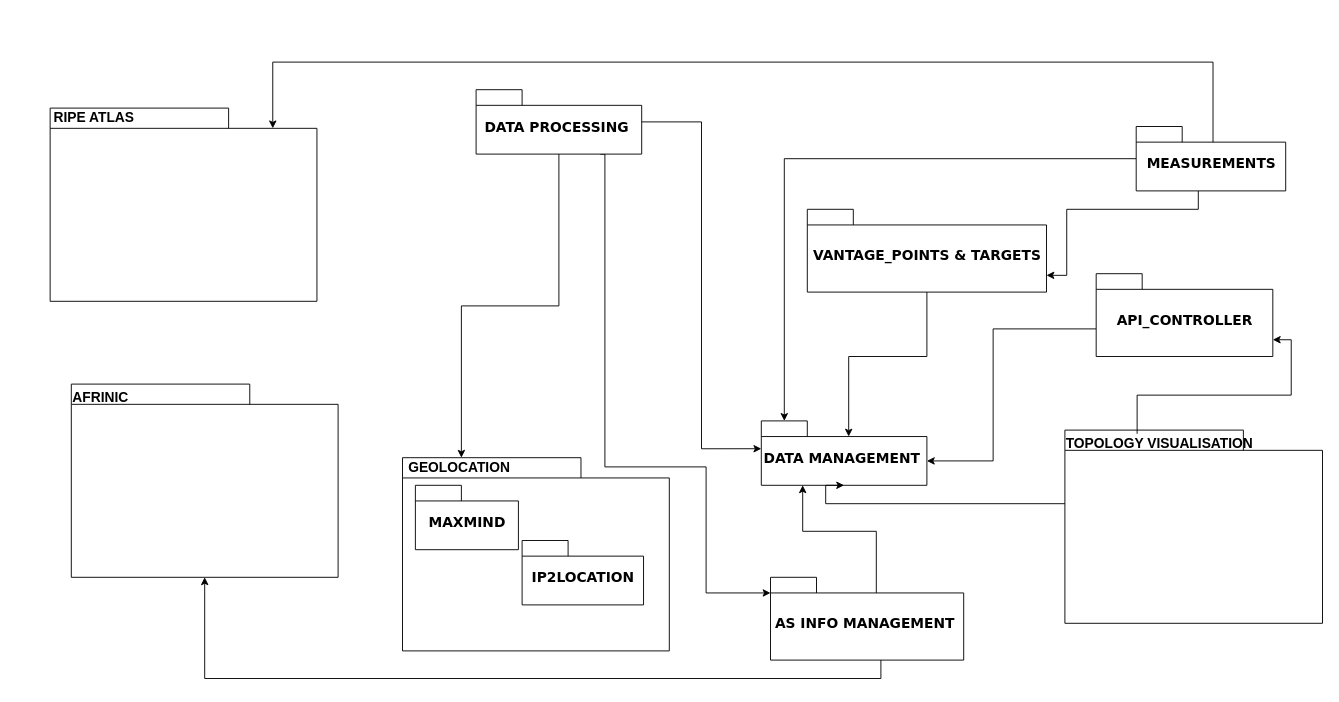
The draw.io diagram PackageMAIT.drawio in EliasSih/MAIT-, before the edit. Source tidied: cells renumbered, new cells numbered last; positions are measured from the earlier drawing's top-left corner, leaving out a move shared by most shapes. Both pictures are drawn from the tidied source at 92%, with x=0, y=0 at pixel (16, 62).
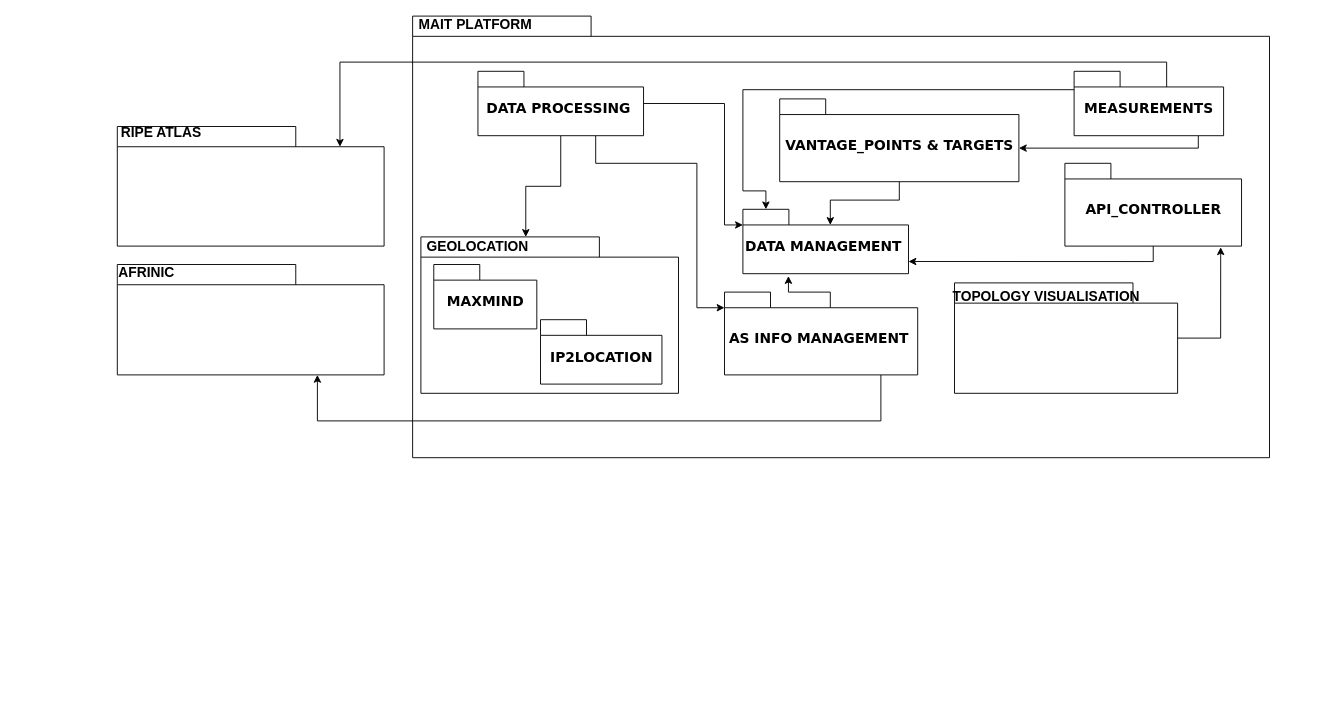
Above is the later version.

What changed in the source:
```diff
@@
     <mxCell id="2" value="DATA MANAGEMENT&amp;nbsp;" style="shape=folder;fontStyle=1;spacingTop=10;tabWidth=50;tabHeight=17;tabPosition=left;html=1;rounded=0;shadow=0;comic=0;labelBackgroundColor=none;strokeWidth=1;fontFamily=Verdana;fontSize=15;align=center;" parent="1" vertex="1">
-      <mxGeometry x="810" y="390" width="180" height="70" as="geometry" />
+      <mxGeometry x="790" y="160" width="180" height="70" as="geometry" />
     </mxCell>
-    <mxCell id="3" style="edgeStyle=orthogonalEdgeStyle;rounded=0;jettySize=auto;html=1;entryX=0.25;entryY=1;entryDx=0;entryDy=0;entryPerimeter=0;exitX=0;exitY=0;exitDx=115;exitDy=17;exitPerimeter=0;fontSize=15;" parent="1" edge="1" source="5" target="2">
-      <mxGeometry relative="1" as="geometry" />
+    <mxCell id="3" style="edgeStyle=orthogonalEdgeStyle;rounded=0;jettySize=auto;html=1;exitX=0;exitY=0;exitDx=115;exitDy=17;exitPerimeter=0;fontSize=15;entryX=0.275;entryY=1.036;entryDx=0;entryDy=0;entryPerimeter=0;" parent="1" edge="1" source="5" target="2">
+      <mxGeometry relative="1" as="geometry">
+        <Array as="points">
+          <mxPoint x="885" y="250" />
+          <mxPoint x="840" y="250" />
+          <mxPoint x="840" y="233" />
+        </Array>
+      </mxGeometry>
     </mxCell>
-    <mxCell id="4" style="edgeStyle=orthogonalEdgeStyle;rounded=0;jettySize=auto;html=1;entryX=0.5;entryY=1;entryDx=0;entryDy=0;entryPerimeter=0;fontSize=15;" parent="1" edge="1" source="5" target="12">
+    <mxCell id="4" style="edgeStyle=orthogonalEdgeStyle;rounded=0;jettySize=auto;html=1;fontSize=15;entryX=0.75;entryY=1;entryDx=0;entryDy=0;entryPerimeter=0;" parent="1" edge="1" source="5" target="12">
       <mxGeometry relative="1" as="geometry">
         <Array as="points">
-          <mxPoint x="940" y="670" />
-          <mxPoint x="205" y="670" />
+          <mxPoint x="940" y="390" />
+          <mxPoint x="327" y="390" />
         </Array>
       </mxGeometry>
     </mxCell>
     <mxCell id="5" value="AS INFO MANAGEMENT&amp;nbsp;" style="shape=folder;fontStyle=1;spacingTop=10;tabWidth=50;tabHeight=17;tabPosition=left;html=1;rounded=0;shadow=0;comic=0;labelBackgroundColor=none;strokeWidth=1;fontFamily=Verdana;fontSize=15;align=center;" parent="1" vertex="1">
-      <mxGeometry x="820" y="560" width="210" height="90" as="geometry" />
+      <mxGeometry x="770" y="250" width="210" height="90" as="geometry" />
     </mxCell>
+    <mxCell id="8" style="edgeStyle=orthogonalEdgeStyle;rounded=0;jettySize=auto;html=1;entryX=0;entryY=0;entryDx=0;entryDy=17;entryPerimeter=0;fontSize=15;" parent="1" edge="1" source="9" target="2">
+      <mxGeometry relative="1" as="geometry">
+        <Array as="points">
+          <mxPoint x="770" y="45" />
+          <mxPoint x="770" y="177" />
+        </Array>
+      </mxGeometry>
+    </mxCell>
-    <mxCell id="6" style="edgeStyle=orthogonalEdgeStyle;rounded=0;jettySize=auto;html=1;entryX=0.5;entryY=0;entryDx=0;entryDy=0;fontSize=15;" parent="1" edge="1" source="9" target="24">
+    <mxCell id="6" style="edgeStyle=orthogonalEdgeStyle;rounded=0;jettySize=auto;html=1;entryX=1;entryY=0;entryDx=0;entryDy=0;" parent="1" edge="1" source="9" target="24">
       <mxGeometry relative="1" as="geometry" />
     </mxCell>
-    <mxCell id="7" style="edgeStyle=orthogonalEdgeStyle;rounded=0;jettySize=auto;html=1;entryX=0;entryY=0;entryDx=0;entryDy=17;entryPerimeter=0;exitX=0.75;exitY=1;exitDx=0;exitDy=0;exitPerimeter=0;fontSize=15;" parent="1" edge="1" source="9" target="5">
+    <mxCell id="7" style="edgeStyle=orthogonalEdgeStyle;rounded=0;jettySize=auto;html=1;entryX=0;entryY=0;entryDx=0;entryDy=17;entryPerimeter=0;" parent="1" edge="1" source="9" target="5">
       <mxGeometry relative="1" as="geometry">
         <Array as="points">
-          <mxPoint x="640" y="440" />
-          <mxPoint x="750" y="440" />
-          <mxPoint x="750" y="577" />
+          <mxPoint x="630" y="110" />
+          <mxPoint x="740" y="110" />
+          <mxPoint x="740" y="267" />
         </Array>
       </mxGeometry>
     </mxCell>
-    <mxCell id="8" style="edgeStyle=orthogonalEdgeStyle;rounded=0;jettySize=auto;html=1;entryX=0;entryY=0;entryDx=0;entryDy=30.25;entryPerimeter=0;fontSize=15;" parent="1" edge="1" source="9" target="2">
-      <mxGeometry relative="1" as="geometry" />
-    </mxCell>
     <mxCell id="9" value="DATA PROCESSING&amp;nbsp;" style="shape=folder;fontStyle=1;spacingTop=10;tabWidth=50;tabHeight=17;tabPosition=left;html=1;rounded=0;shadow=0;comic=0;labelBackgroundColor=none;strokeWidth=1;fontFamily=Verdana;fontSize=15;align=center;" parent="1" vertex="1">
-      <mxGeometry x="500" y="30" width="180" height="70" as="geometry" />
+      <mxGeometry x="502" y="10" width="180" height="70" as="geometry" />
     </mxCell>
@@
     <mxCell id="11" value="VANTAGE_POINTS &amp;amp; TARGETS" style="shape=folder;fontStyle=1;spacingTop=10;tabWidth=50;tabHeight=17;tabPosition=left;html=1;rounded=0;shadow=0;comic=0;labelBackgroundColor=none;strokeWidth=1;fontFamily=Verdana;fontSize=15;align=center;" parent="1" vertex="1">
-      <mxGeometry x="860" y="160" width="260" height="90" as="geometry" />
+      <mxGeometry x="830" y="40" width="260" height="90" as="geometry" />
     </mxCell>
-    <mxCell id="12" style="shape=folder;fontStyle=1;spacingTop=10;tabWidth=194;tabHeight=22;tabPosition=left;html=1;rounded=0;shadow=0;comic=0;labelBackgroundColor=none;strokeWidth=1;fillColor=none;fontFamily=Verdana;fontSize=15;align=center;" parent="1" vertex="1">
-      <mxGeometry x="60" y="350" width="290" height="210" as="geometry" />
-    </mxCell>
-    <mxCell id="13" value="AFRINIC" style="text;html=1;strokeColor=none;fillColor=none;align=center;verticalAlign=middle;whiteSpace=wrap;rounded=0;fontSize=15;fontStyle=1;" parent="1" vertex="1">
-      <mxGeometry y="354" width="184" height="20" as="geometry" />
-    </mxCell>
-    <mxCell id="14" style="shape=folder;fontStyle=1;spacingTop=10;tabWidth=194;tabHeight=22;tabPosition=left;html=1;rounded=0;shadow=0;comic=0;labelBackgroundColor=none;strokeWidth=1;fillColor=none;fontFamily=Verdana;fontSize=15;align=center;" parent="1" vertex="1">
-      <mxGeometry x="37" y="50" width="290" height="210" as="geometry" />
-    </mxCell>
-    <mxCell id="15" value="&lt;b&gt;RIPE ATLAS&amp;nbsp;&lt;/b&gt;" style="text;html=1;strokeColor=none;fillColor=none;align=center;verticalAlign=middle;whiteSpace=wrap;rounded=0;fontSize=15;" parent="1" vertex="1">
-      <mxGeometry x="37" y="50" width="100" height="20" as="geometry" />
-    </mxCell>
-    <mxCell id="16" style="edgeStyle=orthogonalEdgeStyle;rounded=0;jettySize=auto;html=1;entryX=0;entryY=0;entryDx=192.00000000000003;entryDy=71.75;entryPerimeter=0;exitX=0.391;exitY=0;exitDx=0;exitDy=0;exitPerimeter=0;fontSize=15;" parent="1" edge="1" source="19" target="21">
-      <mxGeometry relative="1" as="geometry" />
-    </mxCell>
-    <mxCell id="17" style="edgeStyle=orthogonalEdgeStyle;rounded=0;jettySize=auto;html=1;entryX=0.5;entryY=1;entryDx=0;entryDy=0;entryPerimeter=0;fontSize=15;" parent="1" edge="1" source="18" target="2">
-      <mxGeometry relative="1" as="geometry">
-        <Array as="points">
-          <mxPoint x="880" y="480" />
-        </Array>
-      </mxGeometry>
-    </mxCell>
-    <mxCell id="18" style="shape=folder;fontStyle=1;spacingTop=10;tabWidth=194;tabHeight=22;tabPosition=left;html=1;rounded=0;shadow=0;comic=0;labelBackgroundColor=none;strokeWidth=1;fillColor=none;fontFamily=Verdana;fontSize=15;align=center;" parent="1" vertex="1">
-      <mxGeometry x="1140" y="400" width="280" height="210" as="geometry" />
-    </mxCell>
-    <mxCell id="19" value="TOPOLOGY VISUALISATION" style="text;html=1;strokeColor=none;fillColor=none;align=center;verticalAlign=middle;whiteSpace=wrap;rounded=0;fontSize=15;fontStyle=1;" parent="1" vertex="1">
-      <mxGeometry x="1132.5" y="404" width="220" height="20" as="geometry" />
-    </mxCell>
-    <mxCell id="20" style="edgeStyle=orthogonalEdgeStyle;rounded=0;jettySize=auto;html=1;fontSize=15;entryX=0;entryY=0;entryDx=180;entryDy=43.5;entryPerimeter=0;" parent="1" edge="1" source="21" target="2">
+    <mxCell id="20" style="edgeStyle=orthogonalEdgeStyle;rounded=0;jettySize=auto;html=1;fontSize=15;entryX=0;entryY=0;entryDx=180;entryDy=56.75;entryPerimeter=0;" parent="1" edge="1" source="21" target="2">
       <mxGeometry relative="1" as="geometry">
         <Array as="points">
-          <mxPoint x="1062" y="290" />
-          <mxPoint x="1062" y="434" />
+          <mxPoint x="1236" y="217" />
         </Array>
       </mxGeometry>
     </mxCell>
     <mxCell id="21" value="API_CONTROLLER" style="shape=folder;fontStyle=1;spacingTop=10;tabWidth=50;tabHeight=17;tabPosition=left;html=1;rounded=0;shadow=0;comic=0;labelBackgroundColor=none;strokeWidth=1;fontFamily=Verdana;fontSize=15;align=center;" parent="1" vertex="1">
-      <mxGeometry x="1174" y="230" width="192" height="90" as="geometry" />
+      <mxGeometry x="1140" y="110" width="192" height="90" as="geometry" />
     </mxCell>
+    <mxCell id="26" style="edgeStyle=orthogonalEdgeStyle;rounded=0;jettySize=auto;html=1;entryX=0;entryY=0;entryDx=242;entryDy=22;entryPerimeter=0;exitX=0.619;exitY=0.271;exitDx=0;exitDy=0;exitPerimeter=0;fontSize=15;" parent="1" edge="1" source="29" target="14">
+      <mxGeometry relative="1" as="geometry">
+        <Array as="points">
+          <mxPoint x="1251" />
+          <mxPoint x="352" />
+        </Array>
+      </mxGeometry>
+    </mxCell>
+    <mxCell id="27" style="edgeStyle=orthogonalEdgeStyle;rounded=0;jettySize=auto;html=1;entryX=0;entryY=0;entryDx=25;entryDy=0;entryPerimeter=0;fontSize=15;" parent="1" edge="1" source="29" target="2">
+      <mxGeometry relative="1" as="geometry">
+        <Array as="points">
+          <mxPoint x="790" y="30" />
+          <mxPoint x="790" y="140" />
+          <mxPoint x="815" y="140" />
+        </Array>
+      </mxGeometry>
+    </mxCell>
+    <mxCell id="28" style="edgeStyle=orthogonalEdgeStyle;rounded=0;jettySize=auto;html=1;fontSize=15;entryX=0;entryY=0;entryDx=260;entryDy=53.5;entryPerimeter=0;" parent="1" edge="1" source="29" target="11">
+      <mxGeometry relative="1" as="geometry">
+        <Array as="points">
+          <mxPoint x="1285" y="94" />
+        </Array>
+      </mxGeometry>
+    </mxCell>
+    <mxCell id="29" value="MEASUREMENTS" style="shape=folder;fontStyle=1;spacingTop=10;tabWidth=50;tabHeight=17;tabPosition=left;html=1;rounded=0;shadow=0;comic=0;labelBackgroundColor=none;strokeWidth=1;fontFamily=Verdana;fontSize=15;align=center;" parent="1" vertex="1">
+      <mxGeometry x="1150" y="10" width="162.5" height="70" as="geometry" />
+    </mxCell>
+    <mxCell id="31" style="group;" parent="1" vertex="1">
+      <mxGeometry x="430" y="190" width="290" height="210" as="geometry" />
+    </mxCell>
+    <mxCell id="32" style="group;" parent="31" vertex="1">
+      <mxGeometry x="10" width="280" height="170" as="geometry" />
+    </mxCell>
-    <mxCell id="22" style="shape=folder;fontStyle=1;spacingTop=10;tabWidth=194;tabHeight=22;tabPosition=left;html=1;rounded=0;shadow=0;comic=0;labelBackgroundColor=none;strokeWidth=1;fillColor=none;fontFamily=Verdana;fontSize=15;align=center;" parent="1" vertex="1">
-      <mxGeometry x="420" y="430" width="290" height="210" as="geometry" />
+    <mxCell id="22" style="shape=folder;fontStyle=1;spacingTop=10;tabWidth=194;tabHeight=22;tabPosition=left;html=1;rounded=0;shadow=0;comic=0;labelBackgroundColor=none;strokeWidth=1;fillColor=none;fontFamily=Verdana;fontSize=15;align=center;" parent="32" vertex="1">
+      <mxGeometry width="280" height="170" as="geometry" />
     </mxCell>
-    <mxCell id="23" value="MAXMIND" style="shape=folder;fontStyle=1;spacingTop=10;tabWidth=50;tabHeight=17;tabPosition=left;html=1;rounded=0;shadow=0;comic=0;labelBackgroundColor=none;strokeWidth=1;fontFamily=Verdana;fontSize=15;align=center;" parent="1" vertex="1">
-      <mxGeometry x="434" y="460" width="112" height="70" as="geometry" />
+    <mxCell id="23" value="MAXMIND" style="shape=folder;fontStyle=1;spacingTop=10;tabWidth=50;tabHeight=17;tabPosition=left;html=1;rounded=0;shadow=0;comic=0;labelBackgroundColor=none;strokeWidth=1;fontFamily=Verdana;fontSize=15;align=center;" parent="32" vertex="1">
+      <mxGeometry x="14" y="30" width="112" height="70" as="geometry" />
     </mxCell>
-    <mxCell id="24" value="GEOLOCATION&amp;nbsp;" style="text;html=1;strokeColor=none;fillColor=none;align=center;verticalAlign=middle;whiteSpace=wrap;rounded=0;fontSize=15;fontStyle=1;" parent="1" vertex="1">
-      <mxGeometry x="434" y="430" width="100" height="20" as="geometry" />
+    <mxCell id="24" value="GEOLOCATION&amp;nbsp;" style="text;html=1;strokeColor=none;fillColor=none;align=center;verticalAlign=middle;whiteSpace=wrap;rounded=0;fontSize=15;fontStyle=1;" parent="32" vertex="1">
+      <mxGeometry x="14" width="100" height="20" as="geometry" />
     </mxCell>
-    <mxCell id="25" value="IP2LOCATION" style="shape=folder;fontStyle=1;spacingTop=10;tabWidth=50;tabHeight=17;tabPosition=left;html=1;rounded=0;shadow=0;comic=0;labelBackgroundColor=none;strokeWidth=1;fontFamily=Verdana;fontSize=15;align=center;" parent="1" vertex="1">
-      <mxGeometry x="550" y="520" width="132" height="70" as="geometry" />
+    <mxCell id="25" value="IP2LOCATION" style="shape=folder;fontStyle=1;spacingTop=10;tabWidth=50;tabHeight=17;tabPosition=left;html=1;rounded=0;shadow=0;comic=0;labelBackgroundColor=none;strokeWidth=1;fontFamily=Verdana;fontSize=15;align=center;" parent="32" vertex="1">
+      <mxGeometry x="130" y="90" width="132" height="70" as="geometry" />
     </mxCell>
-    <mxCell id="26" style="edgeStyle=orthogonalEdgeStyle;rounded=0;jettySize=auto;html=1;entryX=0;entryY=0;entryDx=242;entryDy=22;entryPerimeter=0;exitX=0.619;exitY=0.271;exitDx=0;exitDy=0;exitPerimeter=0;fontSize=15;" parent="1" edge="1" source="29" target="14">
-      <mxGeometry relative="1" as="geometry">
-        <Array as="points">
-          <mxPoint x="1301" />
-          <mxPoint x="279" />
-        </Array>
-      </mxGeometry>
-    </mxCell>
-    <mxCell id="27" style="edgeStyle=orthogonalEdgeStyle;rounded=0;jettySize=auto;html=1;entryX=0;entryY=0;entryDx=25;entryDy=0;entryPerimeter=0;fontSize=15;" parent="1" edge="1" source="29" target="2">
-      <mxGeometry relative="1" as="geometry" />
-    </mxCell>
-    <mxCell id="28" style="edgeStyle=orthogonalEdgeStyle;rounded=0;jettySize=auto;html=1;fontSize=15;entryX=0;entryY=0;entryDx=260;entryDy=71.75;entryPerimeter=0;" parent="1" edge="1" source="29" target="11">
-      <mxGeometry relative="1" as="geometry">
-        <Array as="points">
-          <mxPoint x="1285" y="160" />
-          <mxPoint x="1142" y="160" />
-          <mxPoint x="1142" y="232" />
-        </Array>
-      </mxGeometry>
-    </mxCell>
-    <mxCell id="29" value="MEASUREMENTS" style="shape=folder;fontStyle=1;spacingTop=10;tabWidth=50;tabHeight=17;tabPosition=left;html=1;rounded=0;shadow=0;comic=0;labelBackgroundColor=none;strokeWidth=1;fontFamily=Verdana;fontSize=15;align=center;" parent="1" vertex="1">
-      <mxGeometry x="1217.5" y="70" width="162.5" height="70" as="geometry" />
-    </mxCell>
+    <mxCell id="33" style="group;" parent="1" vertex="1">
+      <mxGeometry x="110" y="70" width="290" height="130" as="geometry" />
+    </mxCell>
+    <mxCell id="14" style="shape=folder;fontStyle=1;spacingTop=10;tabWidth=194;tabHeight=22;tabPosition=left;html=1;rounded=0;shadow=0;comic=0;labelBackgroundColor=none;strokeWidth=1;fillColor=none;fontFamily=Verdana;fontSize=15;align=center;" parent="33" vertex="1">
+      <mxGeometry width="290" height="130" as="geometry" />
+    </mxCell>
+    <mxCell id="15" value="&lt;b&gt;RIPE ATLAS&amp;nbsp;&lt;/b&gt;" style="text;html=1;strokeColor=none;fillColor=none;align=center;verticalAlign=middle;whiteSpace=wrap;rounded=0;fontSize=15;" parent="33" vertex="1">
+      <mxGeometry width="100" height="12.4" as="geometry" />
+    </mxCell>
+    <mxCell id="34" style="group;" parent="1" vertex="1">
+      <mxGeometry x="50" y="220" width="350" height="120" as="geometry" />
+    </mxCell>
+    <mxCell id="12" style="shape=folder;fontStyle=1;spacingTop=10;tabWidth=194;tabHeight=22;tabPosition=left;html=1;rounded=0;shadow=0;comic=0;labelBackgroundColor=none;strokeWidth=1;fillColor=none;fontFamily=Verdana;fontSize=15;align=center;" parent="34" vertex="1">
+      <mxGeometry x="60" width="290" height="120" as="geometry" />
+    </mxCell>
+    <mxCell id="13" value="AFRINIC" style="text;html=1;strokeColor=none;fillColor=none;align=center;verticalAlign=middle;whiteSpace=wrap;rounded=0;fontSize=15;fontStyle=1;" parent="34" vertex="1">
+      <mxGeometry y="2.3" width="184" height="11.4" as="geometry" />
+    </mxCell>
-    <mxCell id="30" style="edgeStyle=orthogonalEdgeStyle;rounded=0;orthogonalLoop=1;jettySize=auto;html=1;exitX=0.5;exitY=1;exitDx=0;exitDy=0;fontSize=15;" parent="1" edge="1" source="13" target="13">
+    <mxCell id="30" style="edgeStyle=orthogonalEdgeStyle;rounded=0;orthogonalLoop=1;jettySize=auto;html=1;exitX=0.5;exitY=1;exitDx=0;exitDy=0;fontSize=15;" parent="34" edge="1" source="13" target="13">
       <mxGeometry relative="1" as="geometry" />
     </mxCell>
+    <mxCell id="35" style="edgeStyle=orthogonalEdgeStyle;rounded=0;jettySize=auto;html=1;entryX=0.882;entryY=1.014;entryDx=0;entryDy=0;entryPerimeter=0;" parent="1" edge="1" source="18" target="21">
+      <mxGeometry relative="1" as="geometry">
+        <Array as="points">
+          <mxPoint x="1309" y="300" />
+        </Array>
+      </mxGeometry>
+    </mxCell>
+    <mxCell id="36" style="group;" parent="1" vertex="1">
+      <mxGeometry x="1070" y="230" width="242.5" height="140" as="geometry" />
+    </mxCell>
+    <mxCell id="18" style="shape=folder;fontStyle=1;spacingTop=10;tabWidth=194;tabHeight=22;tabPosition=left;html=1;rounded=0;shadow=0;comic=0;labelBackgroundColor=none;strokeWidth=1;fillColor=none;fontFamily=Verdana;fontSize=15;align=center;" parent="36" vertex="1">
+      <mxGeometry x="-50" y="10" width="242.5" height="120" as="geometry" />
+    </mxCell>
+    <mxCell id="19" value="TOPOLOGY VISUALISATION" style="text;html=1;strokeColor=none;fillColor=none;align=center;verticalAlign=middle;whiteSpace=wrap;rounded=0;fontSize=15;fontStyle=1;" parent="36" vertex="1">
+      <mxGeometry x="-60" y="14" width="220" height="20" as="geometry" />
+    </mxCell>
+    <mxCell id="37" style="group;" parent="1" vertex="1">
+      <mxGeometry x="410" y="-50" width="970" height="480" as="geometry" />
+    </mxCell>
+    <mxCell id="38" style="group;" parent="37" vertex="1">
+      <mxGeometry x="-17.6" width="970" height="480" as="geometry" />
+    </mxCell>
+    <mxCell id="39" style="shape=folder;fontStyle=1;spacingTop=10;tabWidth=194;tabHeight=22;tabPosition=left;html=1;rounded=0;shadow=0;comic=0;labelBackgroundColor=none;strokeWidth=1;fillColor=none;fontFamily=Verdana;fontSize=15;align=center;" parent="38" vertex="1">
+      <mxGeometry x="38.6" width="931.4" height="480" as="geometry" />
+    </mxCell>
+    <mxCell id="40" value="MAIT PLATFORM" style="text;html=1;strokeColor=none;fillColor=none;align=center;verticalAlign=middle;whiteSpace=wrap;rounded=0;fontSize=15;fontStyle=1;" parent="38" vertex="1">
+      <mxGeometry width="215.1" height="16.8" as="geometry" />
+    </mxCell>
```
